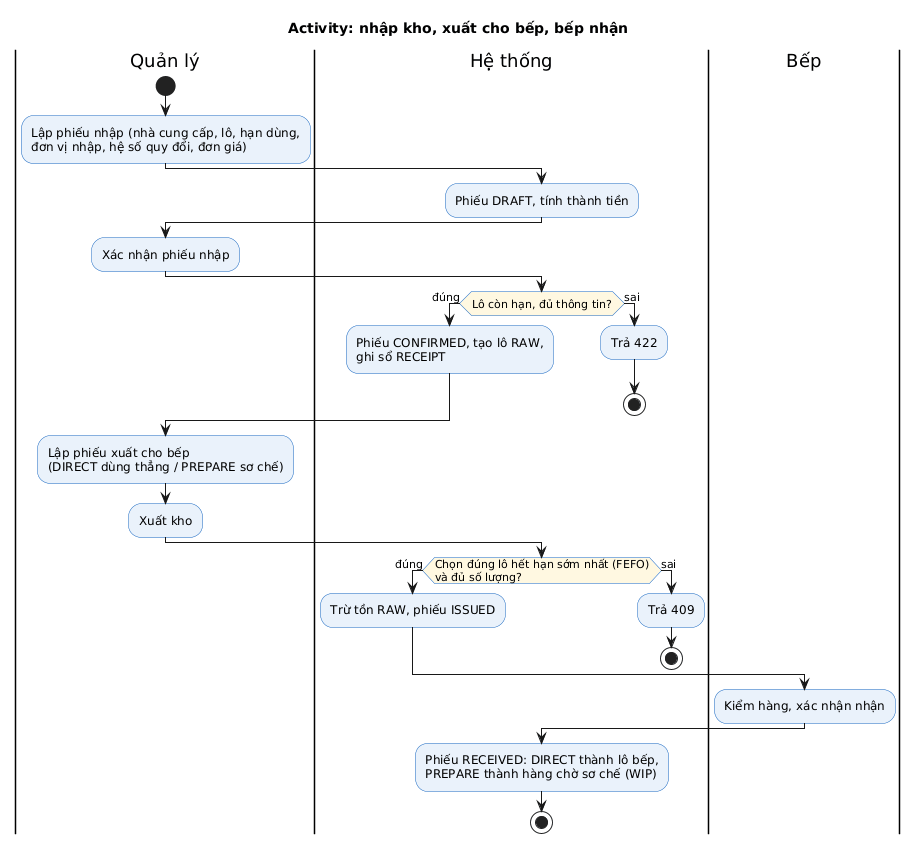
Anpham120/restaurant-management-system keeps this PlantUML diagram as docs/bao-cao-ltnc/uml/act-kho.png. Above is the earlier version.
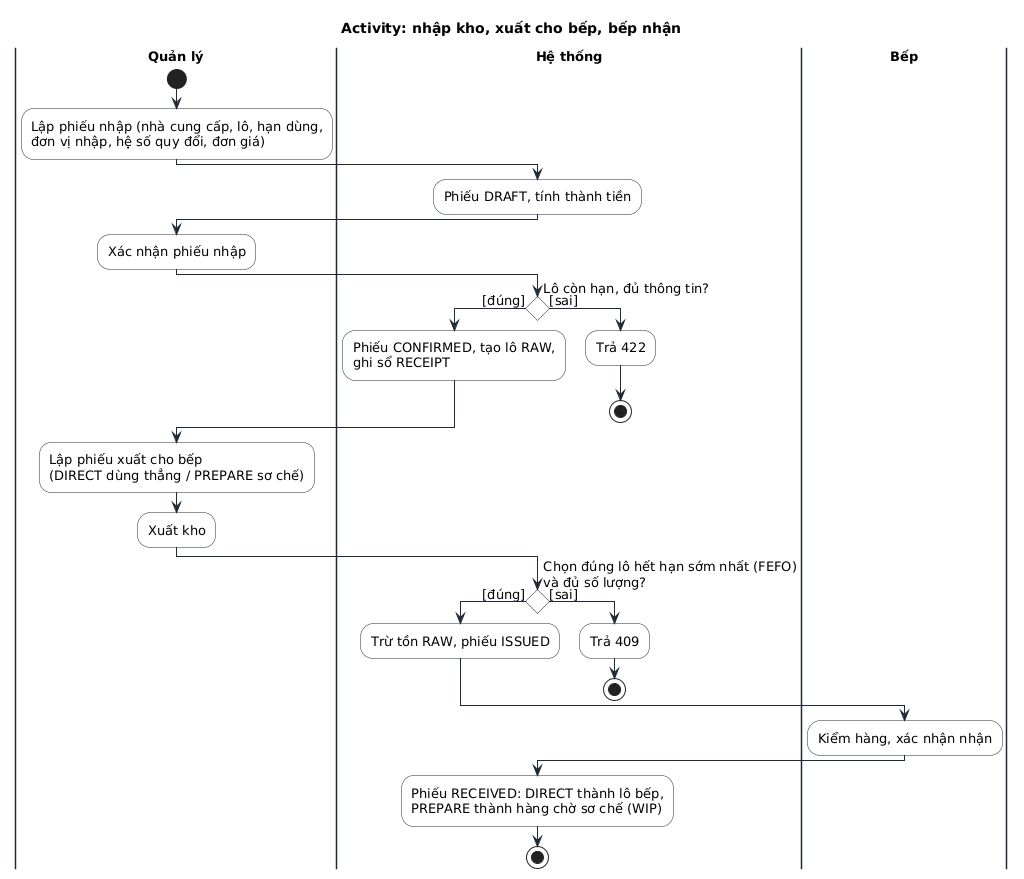
The same file after the commit.

What changed in the source:
```diff
@@ -1,5 +1,7 @@
 @startuml
 !include _style.iuml
+skinparam conditionStyle diamond
+skinparam conditionEndStyle diamond
 title Activity: nhập kho, xuất cho bếp, bếp nhận
 |Quản lý|
 start
@@ -9,9 +11,9 @@
 |Quản lý|
 :Xác nhận phiếu nhập;
 |Hệ thống|
-if (Lô còn hạn, đủ thông tin?) then (đúng)
+if (Lô còn hạn, đủ thông tin?) then ([đúng])
   :Phiếu CONFIRMED, tạo lô RAW,\nghi sổ RECEIPT;
-else (sai)
+else ([sai])
   :Trả 422;
   stop
 endif
@@ -19,9 +21,9 @@
 :Lập phiếu xuất cho bếp\n(DIRECT dùng thẳng / PREPARE sơ chế);
 :Xuất kho;
 |Hệ thống|
-if (Chọn đúng lô hết hạn sớm nhất (FEFO)\nvà đủ số lượng?) then (đúng)
+if (Chọn đúng lô hết hạn sớm nhất (FEFO)\nvà đủ số lượng?) then ([đúng])
   :Trừ tồn RAW, phiếu ISSUED;
-else (sai)
+else ([sai])
   :Trả 409;
   stop
 endif
```
